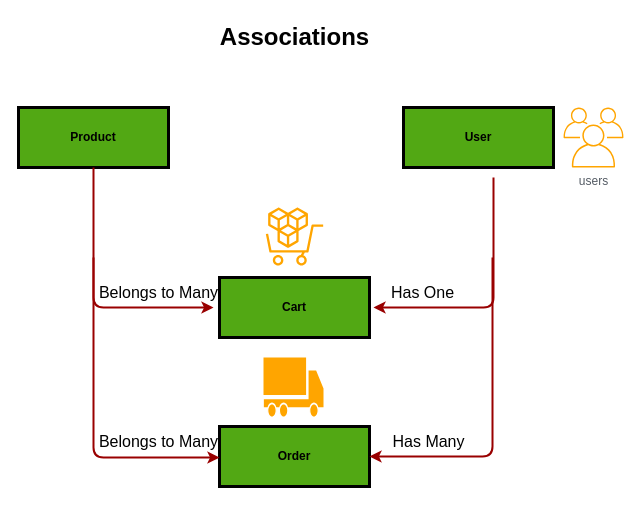
The draw.io diagram page "e-shop" (1 of 2) of Untitled Diagram.drawio in PhoenixYork166/Nodejs-MySQL, before the edit. Source tidied: cells renumbered, new cells numbered last; positions are measured from the earlier drawing's top-left corner, leaving out a move shared by most shapes. Both pictures are drawn from the tidied source at 100%, with x=0, y=0 at pixel (18, 17).
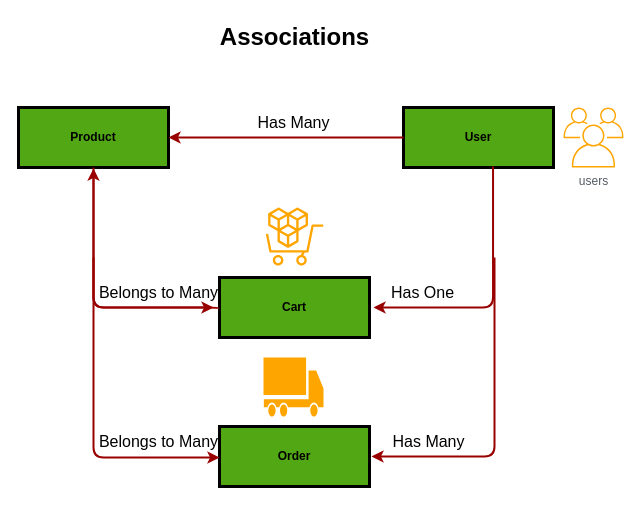
After the change.

The change refers to these unchanged cells:
```xml
<mxCell id="2" value="Product" style="whiteSpace=wrap;align=center;color=#ffffff;verticalAlign=middle;fontStyle=1;strokeWidth=3;fillColor=#52a814;" parent="1" vertex="1">
  <mxGeometry y="90" width="150" height="60" as="geometry" />
</mxCell>
<mxCell id="7" value="Order" style="whiteSpace=wrap;align=center;color=#ffffff;verticalAlign=middle;fontStyle=1;strokeWidth=3;fillColor=#52a814;" parent="1" vertex="1">
  <mxGeometry x="201" y="409" width="150" height="60" as="geometry" />
</mxCell>
<mxCell id="8" value="User" style="whiteSpace=wrap;align=center;color=#ffffff;verticalAlign=middle;fontStyle=1;strokeWidth=3;fillColor=#52a814;" parent="1" vertex="1">
  <mxGeometry x="385" y="90" width="150" height="60" as="geometry" />
</mxCell>
```

Diff of the diagram source:
```diff
@@
-    <mxCell id="12" style="edgeStyle=elbowEdgeStyle;elbow=vertical;strokeColor=#990000;strokeWidth=2;" parent="1" edge="1">
+    <mxCell id="12" style="edgeStyle=elbowEdgeStyle;elbow=vertical;strokeColor=#990000;strokeWidth=2;exitX=0.597;exitY=0.984;exitDx=0;exitDy=0;exitPerimeter=0;" parent="1" edge="1" source="8">
       <mxGeometry relative="1" as="geometry">
-        <mxPoint x="475" y="160" as="sourcePoint" />
         <mxPoint x="355" y="290" as="targetPoint" />
         <Array as="points">
           <mxPoint x="415" y="290" />
         </Array>
       </mxGeometry>
     </mxCell>
@@
-    <mxCell id="14" style="edgeStyle=elbowEdgeStyle;elbow=vertical;strokeColor=#990000;strokeWidth=2;entryX=1;entryY=0.5;entryDx=0;entryDy=0;" parent="1" edge="1" target="7">
+    <mxCell id="14" style="edgeStyle=elbowEdgeStyle;elbow=vertical;strokeColor=#990000;strokeWidth=2;entryX=1;entryY=0.5;entryDx=0;entryDy=0;" parent="1" edge="1">
       <mxGeometry relative="1" as="geometry">
-        <mxPoint x="474" y="240" as="sourcePoint" />
+        <mxPoint x="476" y="240" as="sourcePoint" />
+        <mxPoint x="353" y="439" as="targetPoint" />
         <Array as="points">
-          <mxPoint x="479" y="439" />
+          <mxPoint x="481" y="439" />
         </Array>
       </mxGeometry>
     </mxCell>
@@
+    <mxCell id="18" style="edgeStyle=elbowEdgeStyle;elbow=vertical;strokeColor=#990000;strokeWidth=2;exitX=0;exitY=0.5;exitDx=0;exitDy=0;entryX=1;entryY=0.5;entryDx=0;entryDy=0;" parent="1" edge="1" source="8" target="2">
+      <mxGeometry relative="1" as="geometry">
+        <Array as="points">
+          <mxPoint x="255" y="120" />
+        </Array>
+      </mxGeometry>
+    </mxCell>
+    <mxCell id="19" value="Has Many" style="text;html=1;align=center;verticalAlign=middle;whiteSpace=wrap;rounded=0;fontSize=16;" parent="1" vertex="1">
+      <mxGeometry x="199.5" y="90" width="151" height="30" as="geometry" />
+    </mxCell>
+    <mxCell id="20" style="edgeStyle=elbowEdgeStyle;elbow=vertical;strokeColor=#990000;strokeWidth=2;exitX=0.893;exitY=1.039;exitDx=0;exitDy=0;exitPerimeter=0;" parent="1" edge="1">
+      <mxGeometry relative="1" as="geometry">
+        <mxPoint x="199.8" y="291.2" as="sourcePoint" />
+        <mxPoint x="75" y="151" as="targetPoint" />
+        <Array as="points">
+          <mxPoint x="135" y="290" />
+        </Array>
+      </mxGeometry>
+    </mxCell>
```
